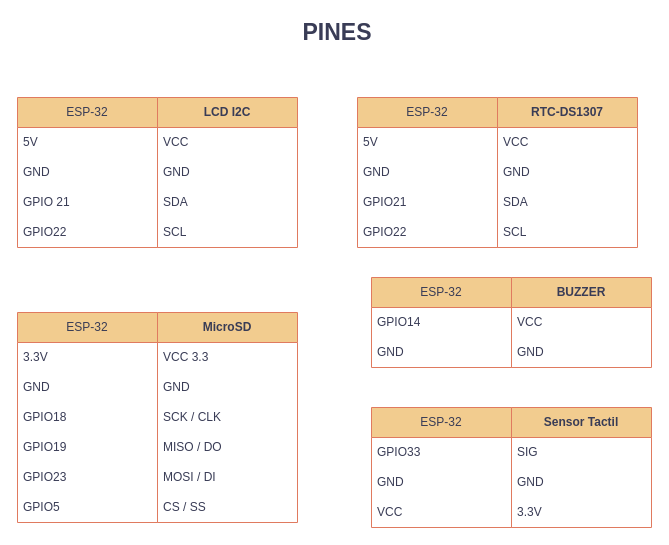
The draw.io diagram Sketch-Datalogger.drawio in Andres-Arce/DataLogger-, before the edit. Source tidied: cells renumbered, new cells numbered last; positions are measured from the earlier drawing's top-left corner, leaving out a move shared by most shapes. Both pictures are drawn from the tidied source at 100%, with x=0, y=0 at pixel (17, 17).
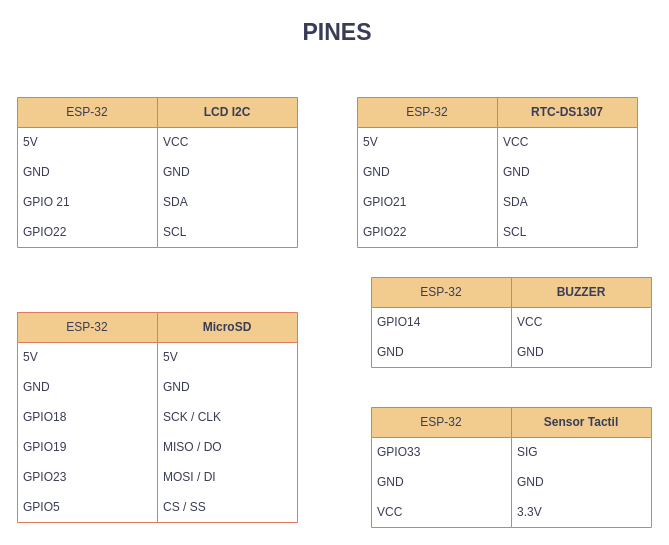
After the change.

Unchanged cells that the change refers to:
```xml
<mxCell id="22" value="ESP-32" style="swimlane;fontStyle=0;horizontal=1;startSize=30;whiteSpace=wrap;html=1;labelBackgroundColor=none;fillColor=#F2CC8F;strokeColor=#E07A5F;fontColor=#393C56;" parent="1" vertex="1">
  <mxGeometry y="295" width="140" height="210" as="geometry" />
</mxCell>
<mxCell id="29" value="&lt;b&gt;MicroSD&lt;/b&gt;" style="swimlane;fontStyle=0;horizontal=1;startSize=30;whiteSpace=wrap;html=1;labelBackgroundColor=none;fillColor=#F2CC8F;strokeColor=#E07A5F;fontColor=#393C56;" parent="1" vertex="1">
  <mxGeometry x="140" y="295" width="140" height="210" as="geometry" />
</mxCell>
```

Diff of the diagram source:
```diff
@@
-    <mxCell id="23" value="3.3V" style="text;strokeColor=none;fillColor=none;align=left;verticalAlign=middle;spacingLeft=4;spacingRight=4;overflow=hidden;whiteSpace=wrap;html=1;labelBackgroundColor=none;fontColor=#393C56;" parent="22" vertex="1">
+    <mxCell id="23" value="5V" style="text;strokeColor=none;fillColor=none;align=left;verticalAlign=middle;spacingLeft=4;spacingRight=4;overflow=hidden;whiteSpace=wrap;html=1;labelBackgroundColor=none;fontColor=#393C56;" parent="22" vertex="1">
       <mxGeometry y="30" width="140" height="30" as="geometry" />
     </mxCell>
@@
-    <mxCell id="30" value="VCC 3.3" style="text;strokeColor=none;fillColor=none;align=left;verticalAlign=middle;spacingLeft=4;spacingRight=4;overflow=hidden;whiteSpace=wrap;html=1;labelBackgroundColor=none;fontColor=#393C56;" parent="29" vertex="1">
+    <mxCell id="30" value="5V" style="text;strokeColor=none;fillColor=none;align=left;verticalAlign=middle;spacingLeft=4;spacingRight=4;overflow=hidden;whiteSpace=wrap;html=1;labelBackgroundColor=none;fontColor=#393C56;" parent="29" vertex="1">
       <mxGeometry y="30" width="140" height="30" as="geometry" />
     </mxCell>
```
